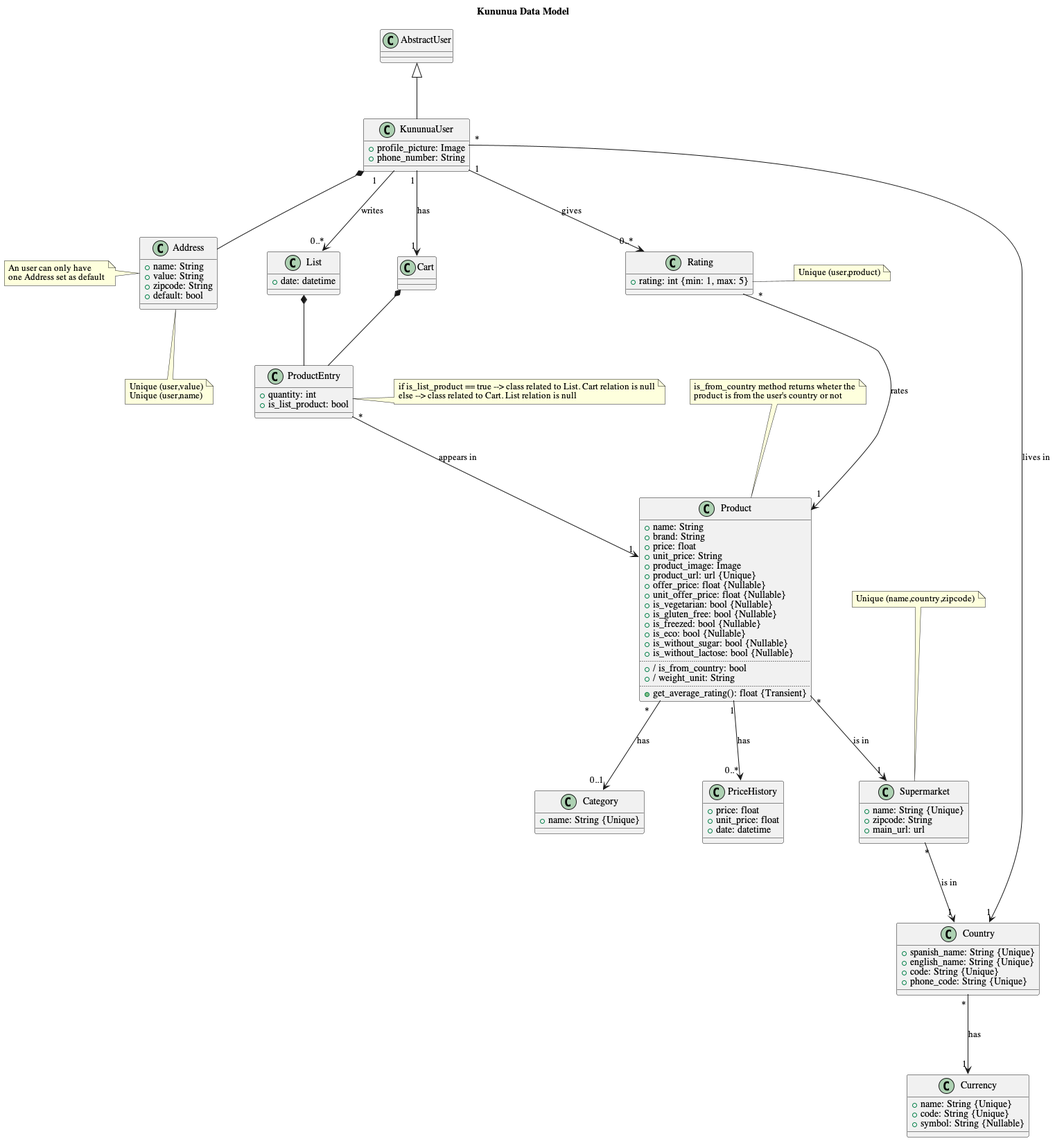
This is documentation/diagrams/out/KununuaDataModel.png from Kununua/kununua-app, a PlantUML export, as it was before one commit.
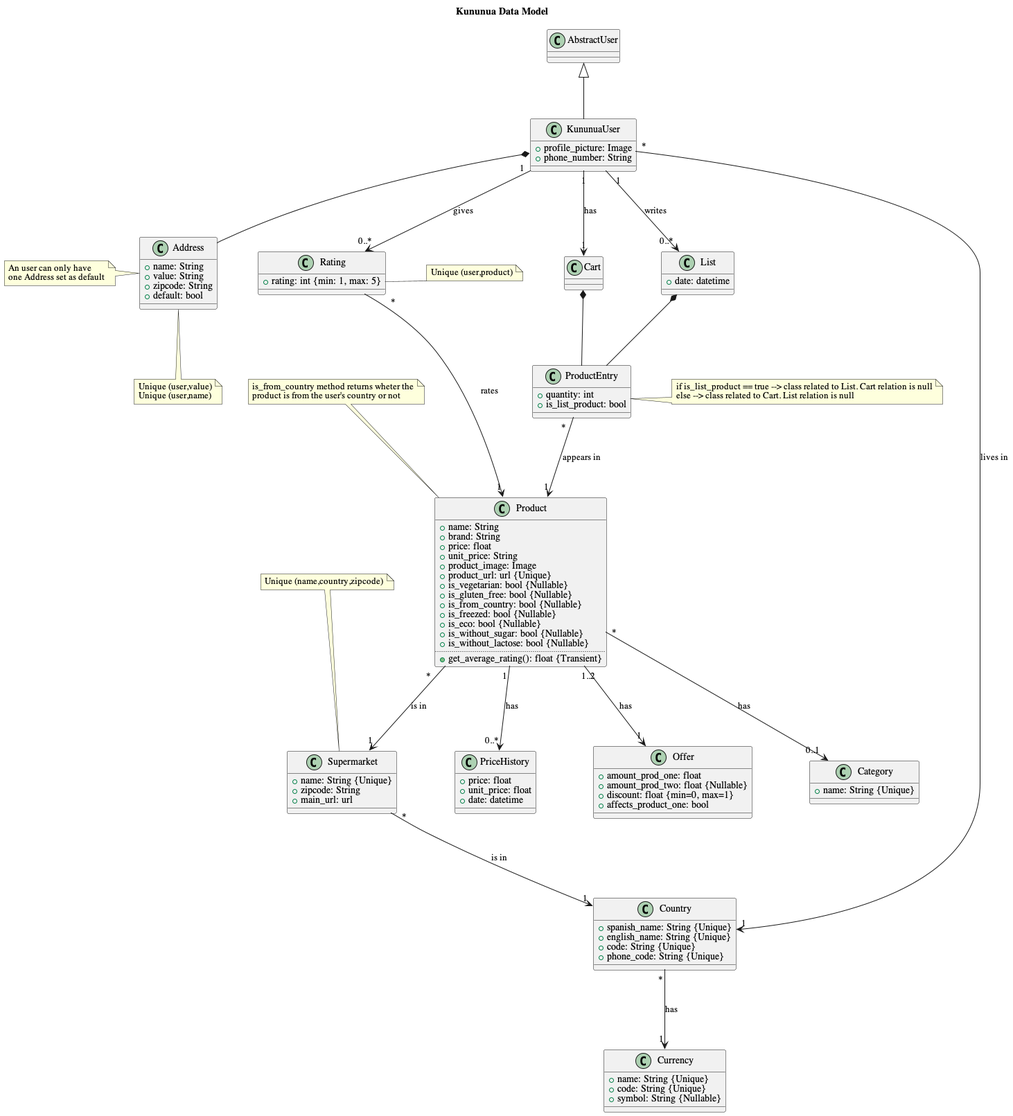
After the commit.

Commit message:
FEAT: OFFER MODEL ADDED

Diff of the diagram source:
```diff
@@ -39,19 +39,22 @@
     +unit_price: String
     +product_image: Image
     +product_url: url {Unique}
-    +offer_price: float {Nullable}
-    +unit_offer_price: float {Nullable}
     +is_vegetarian: bool {Nullable}
     +is_gluten_free: bool {Nullable}
+    +is_from_country: bool {Nullable}
     +is_freezed: bool {Nullable}
     +is_eco: bool {Nullable}
     +is_without_sugar: bool {Nullable}
     +is_without_lactose: bool {Nullable}
     ..
-    + / is_from_country: bool
-    + / weight_unit: String
-    ..
     +get_average_rating(): float {Transient}
+}
+
+class Offer{
+    +amount_prod_one: float
+    +amount_prod_two: float {Nullable}
+    +discount: float {min=0, max=1}
+    +affects_product_one: bool
 }
 
 class Category{
@@ -124,6 +127,7 @@
 Product "*" --> "0..1" Category: has
 Product "*" --> "1" Supermarket: is in
 Product "1" --> "0..*" PriceHistory: has
+Product "1..2" --> "1" Offer: has
 Supermarket "*" --> "1" Country: is in
 Rating "*" --> "1" Product: rates
 List *-- ProductEntry
```
